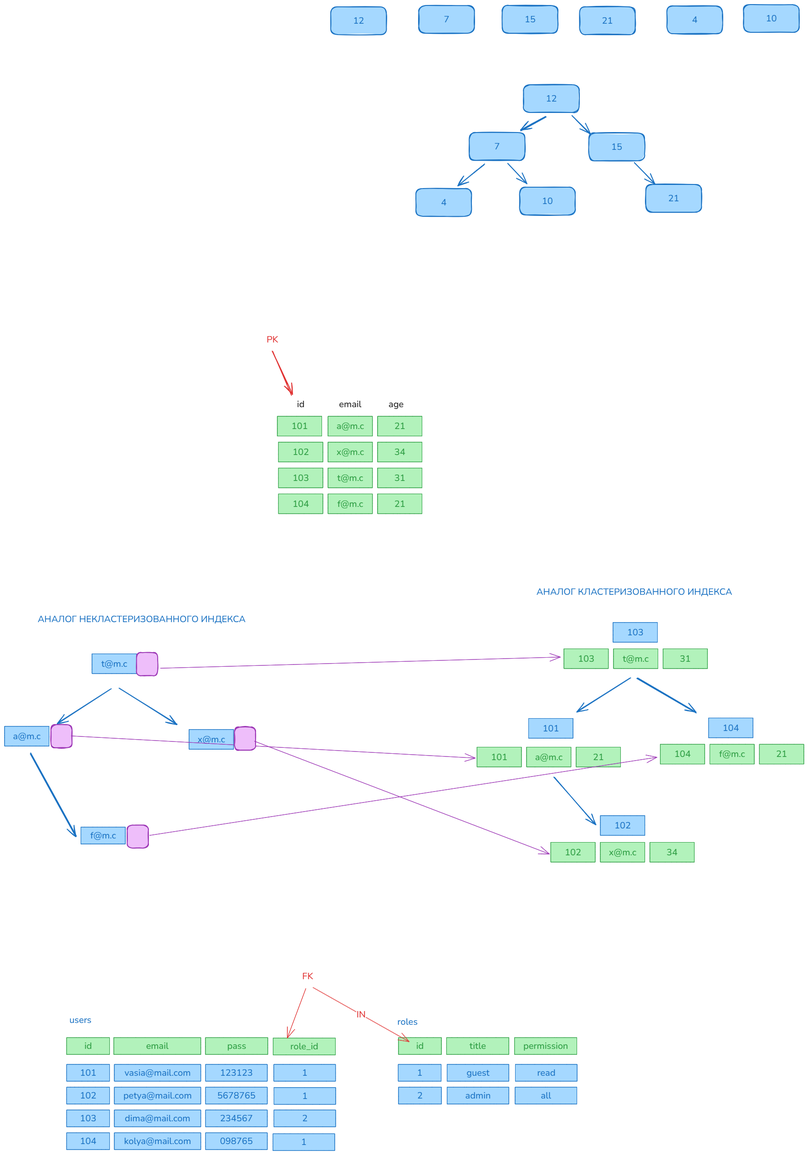
The Excalidraw diagram img/03.ddl.excalidraw.png in silvercodes/P41_db_sql_ef, before a commit. Source tidied: one line per element, renumbered; positions are measured from the earlier drawing's top-left corner, leaving out a move shared by most shapes.
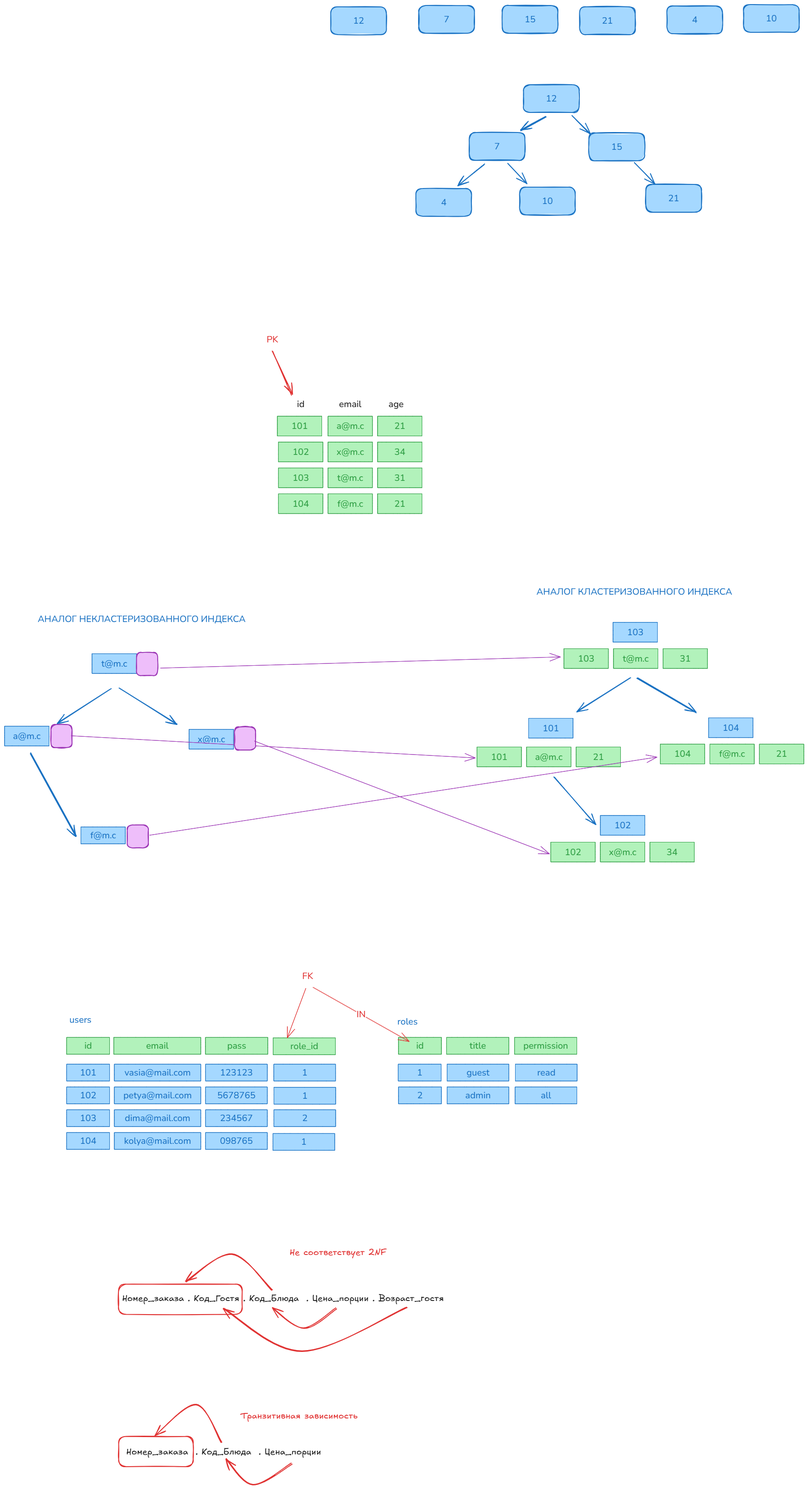
The same file after the commit.

Change to the diagram source:
```diff
@@ -176,3 +176,14 @@
 {"id": 175, "type": "text", "text": "FK", "strokeColor": "#e03131", "backgroundColor": "#a5d8ff", "fillStyle": "solid", "strokeWidth": 1, "roughness": 0, "fontSize": 20, "fontFamily": 6, "x": 654, "y": 2120, "width": 24, "height": 27}
 {"id": 176, "type": "arrow", "strokeColor": "#e03131", "backgroundColor": "#a5d8ff", "fillStyle": "solid", "strokeWidth": 1, "roughness": 0, "endArrowhead": "arrow", "from": 175, "to": 156, "x": 677, "y": 2158, "width": 211, "height": 119, "points": [[0, 0], [211, 119]]}
 {"id": 177, "type": "text", "text": "IN", "strokeColor": "#e03131", "backgroundColor": "#a5d8ff", "fillStyle": "solid", "strokeWidth": 1, "roughness": 0, "fontSize": 20, "fontFamily": 6, "textAlign": "center", "verticalAlign": "middle", "inside": 176, "x": 725, "y": 2217, "width": 20, "height": 27}
+{"id": 178, "type": "text", "text": "Номер_заказа . Код_Гостя . Код_Блюда  . Цена_порции . Возраст_гостя", "strokeColor": "#1e1e1e", "strokeWidth": 2, "roughness": 1, "fontSize": 20, "fontFamily": 5, "x": 258, "y": 2830, "width": 706, "height": 25}
+{"id": 179, "type": "rectangle", "strokeColor": "#e03131", "strokeWidth": 2, "roughness": 1, "round": true, "x": 250, "y": 2810, "width": 272, "height": 66}
+{"id": 180, "type": "arrow", "strokeColor": "#e03131", "strokeWidth": 2, "roughness": 1, "endArrowhead": "arrow", "round": true, "from": 178, "to": 179, "x": 587, "y": 2823, "width": 188, "height": 79, "points": [[0, 0], [-88, -79], [-188, -18]]}
+{"id": 181, "type": "arrow", "strokeColor": "#e03131", "strokeWidth": 2, "roughness": 1, "endArrowhead": "arrow", "round": true, "from": 178, "to": 178, "x": 728, "y": 2863, "width": 139, "height": 44, "points": [[0, 0], [-71, 44], [-139, 0]]}
+{"id": 182, "type": "arrow", "strokeColor": "#e03131", "strokeWidth": 2, "roughness": 1, "endArrowhead": "arrow", "round": true, "from": 178, "to": 178, "x": 884, "y": 2861, "width": 402, "height": 96, "points": [[0, 0], [-231, 96], [-402, 2]]}
+{"id": 183, "type": "text", "text": "Не соответствует 2NF", "strokeColor": "#e03131", "strokeWidth": 2, "roughness": 1, "fontSize": 20, "fontFamily": 5, "x": 626, "y": 2729, "width": 213, "height": 25}
+{"id": 184, "type": "text", "text": "Номер_заказа  . Код_Блюда  . Цена_порции", "strokeColor": "#1e1e1e", "strokeWidth": 2, "roughness": 1, "fontSize": 20, "fontFamily": 5, "x": 267, "y": 3166, "width": 427, "height": 25}
+{"id": 185, "type": "rectangle", "strokeColor": "#e03131", "strokeWidth": 2, "roughness": 1, "round": true, "x": 251, "y": 3145, "width": 164, "height": 66}
+{"id": 186, "type": "arrow", "strokeColor": "#e03131", "strokeWidth": 2, "roughness": 1, "endArrowhead": "arrow", "round": true, "from": 184, "to": 185, "x": 476, "y": 3157, "width": 144, "height": 83, "points": [[0, 0], [-56, -83], [-144, -14]]}
+{"id": 187, "type": "arrow", "strokeColor": "#e03131", "strokeWidth": 2, "roughness": 1, "endArrowhead": "arrow", "round": true, "from": 184, "to": 184, "x": 630, "y": 3204, "width": 143, "height": 58, "points": [[0, 0], [-85, 47], [-143, -10]]}
+{"id": 188, "type": "text", "text": "Транзитивная зависимость", "strokeColor": "#e03131", "strokeWidth": 2, "roughness": 1, "fontSize": 20, "fontFamily": 5, "x": 517, "y": 3087, "width": 258, "height": 25}
```
